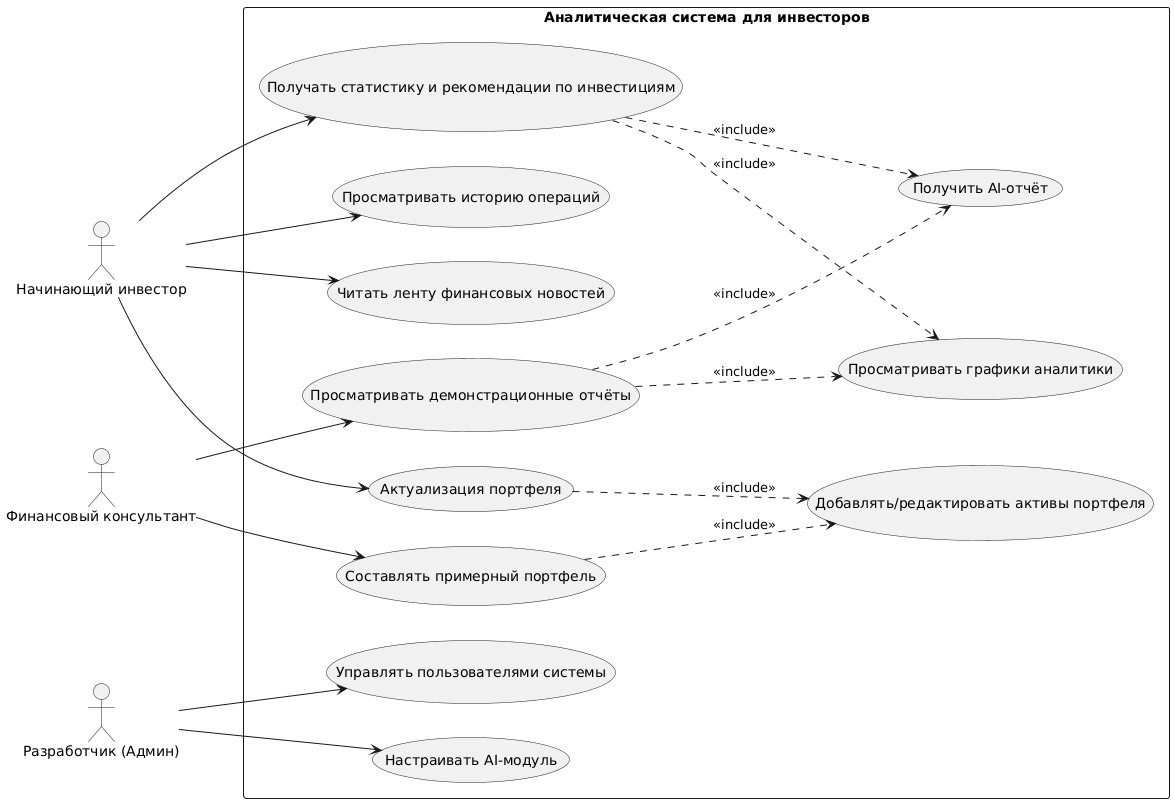
Before: Lab Work №1/image.png, a diagram exported from PlantUML (likeitbro/InvestmentAI). Source of this version:
```plantuml
@startuml
left to right direction

actor "Начинающий инвестор" as Investor
actor "Финансовый консультант" as Consultant
actor "Разработчик (Админ)" as Admin

rectangle "Аналитическая система для инвесторов" {
  usecase "Получать статистику и рекомендации по инвестициям" as UC1
  usecase "Добавлять/редактировать активы портфеля" as UC2
  usecase "Просматривать историю операций" as UC3
  usecase "Получить AI-отчёт" as UC4
  usecase "Просматривать графики аналитики" as UC5
  usecase "Читать ленту финансовых новостей" as UC6

  usecase "Просматривать демонстрационные отчёты" as UC7

  usecase "Управлять пользователями системы" as UC8
  usecase "Настраивать AI-модуль" as UC9
  usecase "Составлять примерный портфель" as UC10
  usecase "Актуализация портфеля" as UC11
}

Investor --> UC1
Investor --> UC11
Investor --> UC3
Investor --> UC6

Consultant --> UC7
Consultant --> UC10
UC11 .d.> UC2 : <<include>>
UC10 .d.> UC2 : <<include>>
UC7 .d.> UC4 : <<include>>
UC7 .d.> UC5 : <<include>>
UC1 .d.> UC4 : <<include>>
UC1 .d.> UC5 : <<include>>

Admin --> UC8
Admin --> UC9
@enduml
```
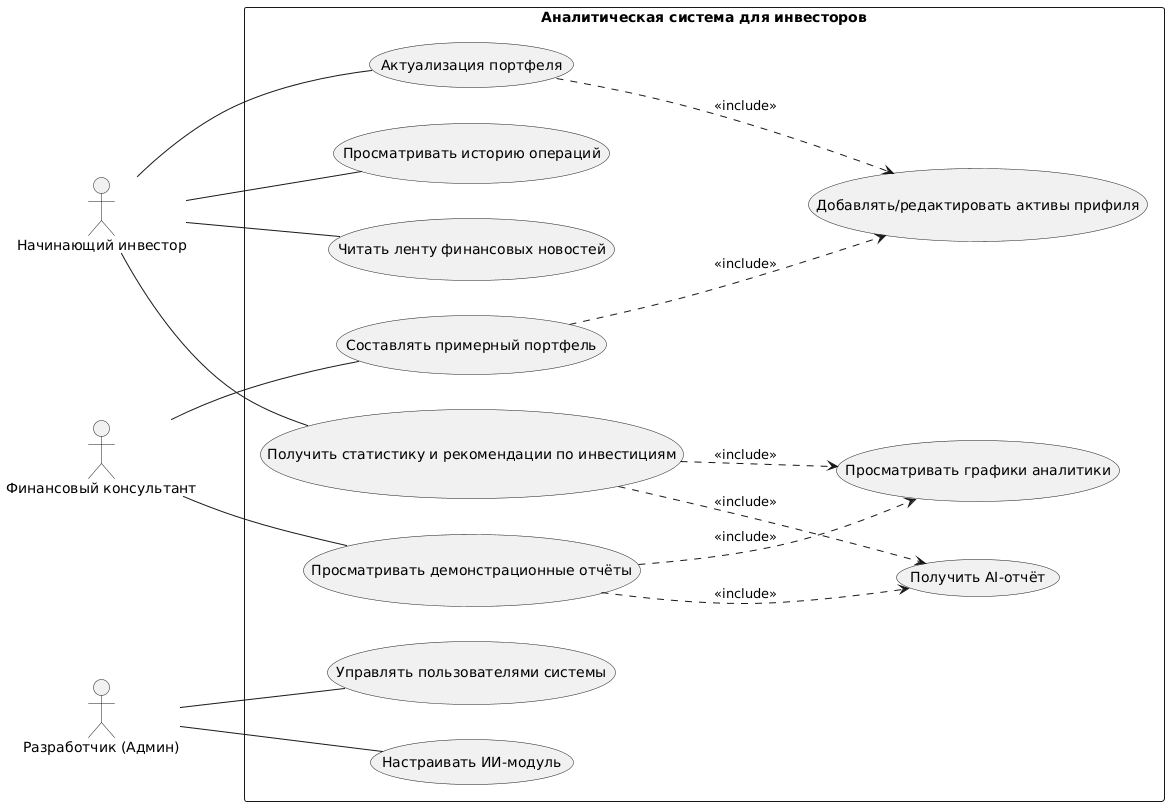
Later version of the same file.

Commit message:
fix: removed excessive arrows on lines

The edit, as a diff of the source:
```diff
@@ -6,35 +6,34 @@
 actor "Разработчик (Админ)" as Admin
 
 rectangle "Аналитическая система для инвесторов" {
-  usecase "Получать статистику и рекомендации по инвестициям" as UC1
-  usecase "Добавлять/редактировать активы портфеля" as UC2
+  usecase "Актуализация портфеля" as UC2
   usecase "Просматривать историю операций" as UC3
   usecase "Получить AI-отчёт" as UC4
   usecase "Просматривать графики аналитики" as UC5
   usecase "Читать ленту финансовых новостей" as UC6
-
+  usecase "Получить статистику и рекомендации по инвестициям" as UC10
   usecase "Просматривать демонстрационные отчёты" as UC7
-
+  usecase "Составлять примерный портфель" as UC1
   usecase "Управлять пользователями системы" as UC8
-  usecase "Настраивать AI-модуль" as UC9
-  usecase "Составлять примерный портфель" as UC10
-  usecase "Актуализация портфеля" as UC11
+  usecase "Настраивать ИИ-модуль" as UC9
+  usecase "Добавлять/редактировать активы прифиля" as UC11
 }
 
-Investor --> UC1
-Investor --> UC11
-Investor --> UC3
-Investor --> UC6
 
-Consultant --> UC7
-Consultant --> UC10
-UC11 .d.> UC2 : <<include>>
-UC10 .d.> UC2 : <<include>>
+Investor -- UC3
+Investor -- UC10
+Investor -- UC2
+Investor -- UC6
+
+Consultant -- UC7
+Consultant -- UC1
+UC1 .d.> UC11 : <<include>>
+UC2 .d.> UC11 : <<include>>
 UC7 .d.> UC4 : <<include>>
 UC7 .d.> UC5 : <<include>>
-UC1 .d.> UC4 : <<include>>
-UC1 .d.> UC5 : <<include>>
+UC10 .d.> UC4 : <<include>>
+UC10 .d.> UC5 : <<include>>
 
-Admin --> UC8
-Admin --> UC9
+Admin -- UC8
+Admin -- UC9
 @enduml
```
